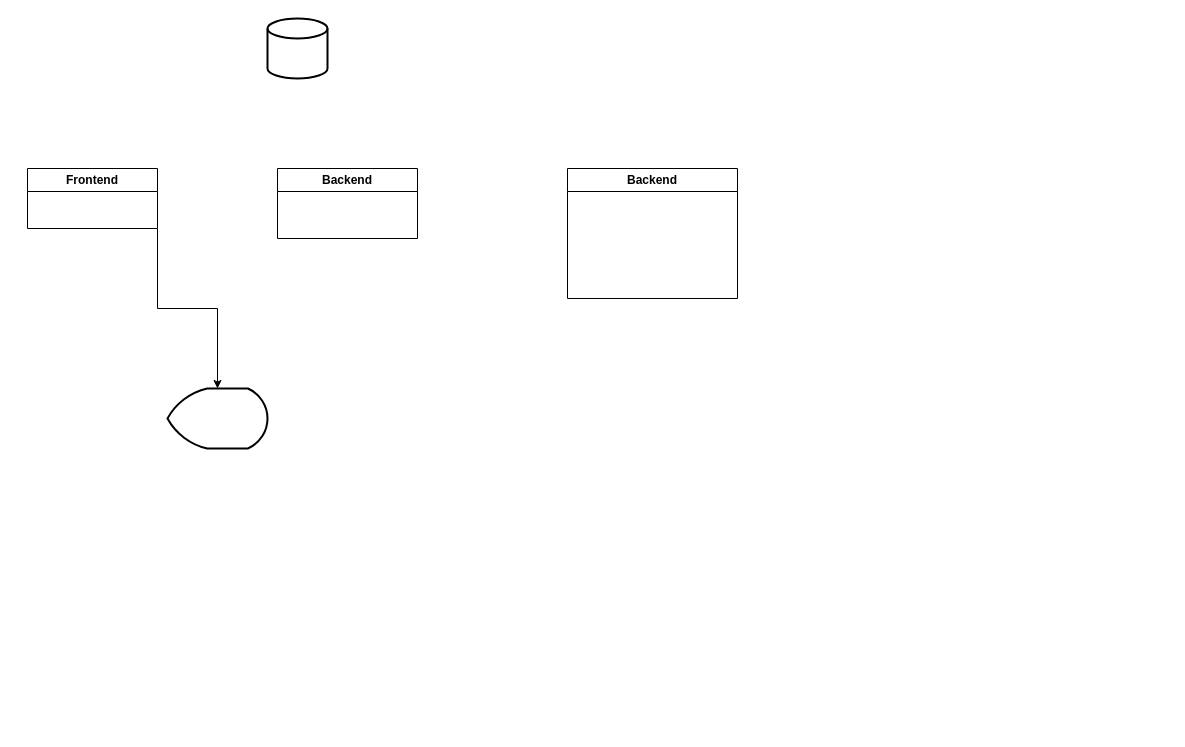
Above: UML_Architecture/Nimetön kaavio.drawio in arben-grepi/SunPanelScreen (draw.io), before the change. Source tidied: cells renumbered, new cells numbered last; positions are measured from the earlier drawing's top-left corner, leaving out a move shared by most shapes. Both pictures are drawn from the tidied source at 100%, with x=0, y=0 at pixel (27, 18).
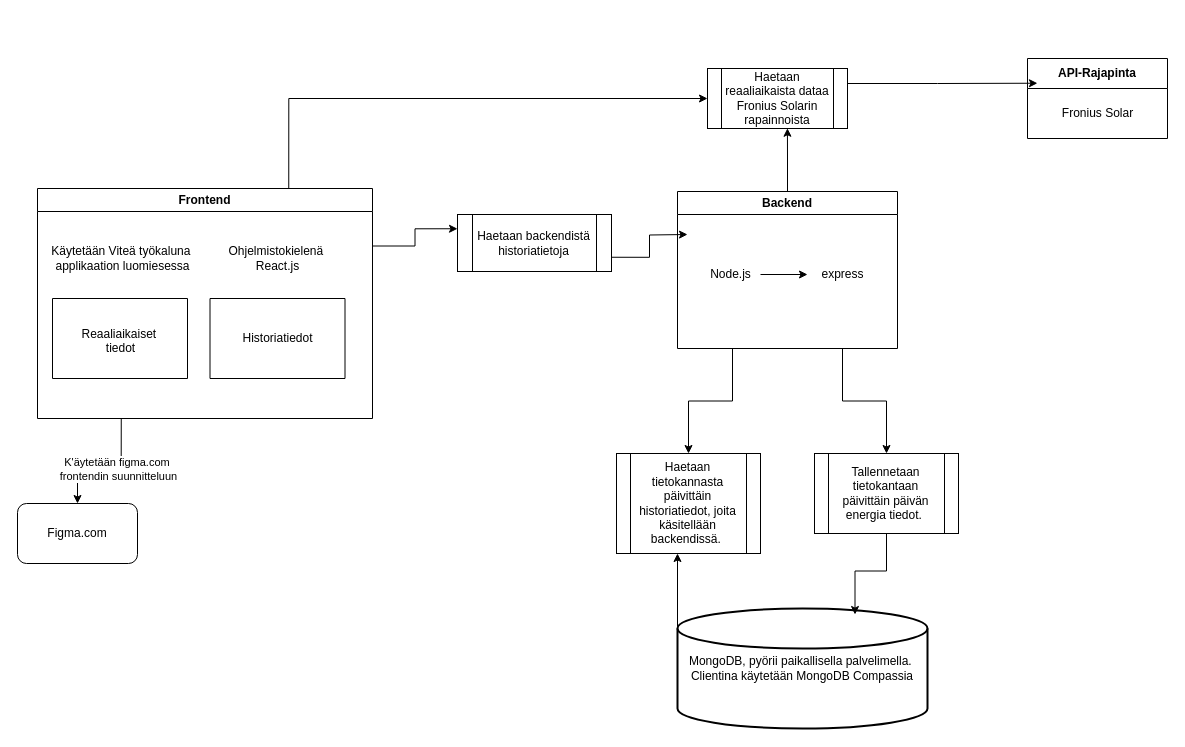
The same diagram, later.

The edit, as a diff of the source:
```diff
@@
+    <mxCell id="8" style="edgeStyle=orthogonalEdgeStyle;rounded=0;jettySize=auto;html=1;exitX=0.25;exitY=1;exitDx=0;exitDy=0;" parent="1" edge="1" source="2" target="25">
+      <mxGeometry relative="1" as="geometry" />
+    </mxCell>
+    <mxCell id="9" value="K'äytetään figma.com&amp;nbsp;&lt;div&gt;frontendin suunnitteluun&lt;/div&gt;" style="edgeLabel;html=1;align=center;verticalAlign=middle;" parent="8" vertex="1">
+      <mxGeometry x="-0.01" y="4" relative="1" as="geometry">
+        <mxPoint x="18" y="4" as="offset" />
+      </mxGeometry>
+    </mxCell>
+    <mxCell id="10" style="edgeStyle=orthogonalEdgeStyle;rounded=0;jettySize=auto;html=1;exitX=0.75;exitY=0;exitDx=0;exitDy=0;entryX=0;entryY=0.5;entryDx=0;entryDy=0;" parent="1" edge="1" source="2" target="24">
+      <mxGeometry relative="1" as="geometry" />
+    </mxCell>
+    <mxCell id="11" style="edgeStyle=orthogonalEdgeStyle;rounded=0;jettySize=auto;html=1;exitX=1;exitY=0.25;exitDx=0;exitDy=0;entryX=0;entryY=0.25;entryDx=0;entryDy=0;" parent="1" edge="1" source="2" target="28">
+      <mxGeometry relative="1" as="geometry" />
+    </mxCell>
     <mxCell id="2" value="Frontend" style="swimlane;whiteSpace=wrap;html=1;" parent="1" vertex="1">
-      <mxGeometry y="150" width="130" height="60" as="geometry" />
+      <mxGeometry x="10" y="170" width="335" height="230" as="geometry" />
     </mxCell>
+    <mxCell id="12" value="Käytetään Viteä työkaluna&amp;nbsp;&lt;div&gt;applikaation luomiesessa&lt;/div&gt;" style="text;html=1;align=center;verticalAlign=middle;strokeColor=none;fillColor=none;" parent="2" vertex="1">
+      <mxGeometry y="50" width="170" height="40" as="geometry" />
+    </mxCell>
+    <mxCell id="13" value="&lt;div&gt;Ohjelmistokielenä&amp;nbsp;&lt;/div&gt;&lt;div&gt;React.js&lt;/div&gt;" style="text;html=1;align=center;verticalAlign=middle;strokeColor=none;fillColor=none;" parent="2" vertex="1">
+      <mxGeometry x="180" y="50" width="120" height="40" as="geometry" />
+    </mxCell>
+    <mxCell id="14" style="swimlane;startSize=0;" parent="2" vertex="1">
+      <mxGeometry x="15" y="110" width="135" height="80" as="geometry" />
+    </mxCell>
+    <mxCell id="15" value="Reaaliaikaiset&amp;nbsp;&lt;div&gt;tiedot&lt;div&gt;&lt;br&gt;&lt;/div&gt;&lt;/div&gt;" style="text;html=1;align=center;verticalAlign=middle;strokeColor=none;fillColor=none;" parent="14" vertex="1">
+      <mxGeometry x="17.5" y="20" width="100" height="60" as="geometry" />
+    </mxCell>
+    <mxCell id="16" style="swimlane;startSize=0;" parent="2" vertex="1">
+      <mxGeometry x="172.5" y="110" width="135" height="80" as="geometry" />
+    </mxCell>
+    <mxCell id="17" value="Historiatiedot" style="text;html=1;align=center;verticalAlign=middle;strokeColor=none;fillColor=none;" parent="16" vertex="1">
+      <mxGeometry x="22.5" y="25" width="90" height="30" as="geometry" />
+    </mxCell>
-    <mxCell id="3" style="strokeWidth=2;html=1;shape=mxgraph.flowchart.database;whiteSpace=wrap;" parent="1" vertex="1">
-      <mxGeometry x="240" width="60" height="60" as="geometry" />
+    <mxCell id="3" value="MongoDB, pyörii paikallisella palvelimella.&amp;nbsp;&lt;div&gt;Clientina käytetään&amp;nbsp;&lt;span style=&quot;background-color: initial;&quot;&gt;MongoDB Compassia&lt;/span&gt;&lt;/div&gt;" style="strokeWidth=2;html=1;shape=mxgraph.flowchart.database;whiteSpace=wrap;" parent="1" vertex="1">
+      <mxGeometry x="650" y="590" width="250" height="120" as="geometry" />
     </mxCell>
+    <mxCell id="18" style="edgeStyle=orthogonalEdgeStyle;rounded=0;jettySize=auto;html=1;exitX=0.75;exitY=1;exitDx=0;exitDy=0;" parent="1" edge="1" source="4" target="26">
+      <mxGeometry relative="1" as="geometry" />
+    </mxCell>
+    <mxCell id="19" style="edgeStyle=orthogonalEdgeStyle;rounded=0;jettySize=auto;html=1;exitX=0.25;exitY=1;exitDx=0;exitDy=0;" parent="1" edge="1" source="4" target="34">
+      <mxGeometry relative="1" as="geometry" />
+    </mxCell>
     <mxCell id="4" value="Backend" style="swimlane;whiteSpace=wrap;html=1;" parent="1" vertex="1">
-      <mxGeometry x="250" y="150" width="140" height="70" as="geometry" />
+      <mxGeometry x="650" y="173" width="220" height="157" as="geometry" />
     </mxCell>
-    <mxCell id="5" style="strokeWidth=2;html=1;shape=mxgraph.flowchart.display;whiteSpace=wrap;" parent="1" vertex="1">
-      <mxGeometry x="140" y="370" width="100" height="60" as="geometry" />
-    </mxCell>
-    <mxCell id="6" style="edgeStyle=orthogonalEdgeStyle;rounded=0;jettySize=auto;html=1;exitX=1;exitY=1;exitDx=0;exitDy=0;" parent="1" edge="1" source="2" target="5">
-      <mxGeometry relative="1" as="geometry" />
-    </mxCell>
+    <mxCell id="20" value="express" style="text;html=1;align=center;verticalAlign=middle;points=[];strokeColor=none;fillColor=none;" parent="4" vertex="1">
+      <mxGeometry x="130" y="68" width="70" height="30" as="geometry" />
+    </mxCell>
+    <mxCell id="21" value="Node.js" style="text;html=1;align=center;verticalAlign=middle;points=[];strokeColor=none;fillColor=none;" parent="4" vertex="1">
+      <mxGeometry x="23" y="68" width="60" height="30" as="geometry" />
+    </mxCell>
+    <mxCell id="22" style="edgeStyle=orthogonalEdgeStyle;rounded=0;jettySize=auto;html=1;" parent="4" edge="1" source="21" target="20">
+      <mxGeometry relative="1" as="geometry" />
+    </mxCell>
-    <mxCell id="7" value="Backend" style="swimlane;whiteSpace=wrap;html=1;" parent="1" vertex="1">
-      <mxGeometry x="540" y="150" width="170" height="130" as="geometry" />
+    <mxCell id="7" value="API-Rajapinta" style="swimlane;whiteSpace=wrap;html=1;startSize=30;" parent="1" vertex="1">
+      <mxGeometry x="1000" y="40" width="140" height="80" as="geometry" />
     </mxCell>
+    <mxCell id="23" value="Fronius Solar" style="text;html=1;align=center;verticalAlign=middle;strokeColor=none;fillColor=none;" parent="7" vertex="1">
+      <mxGeometry x="25" y="40" width="90" height="30" as="geometry" />
+    </mxCell>
+    <mxCell id="24" value="Haetaan reaaliaikaista dataa Fronius Solarin rapainnoista" style="shape=process;whiteSpace=wrap;html=1;backgroundOutline=1;" parent="1" vertex="1">
+      <mxGeometry x="680" y="50" width="140" height="60" as="geometry" />
+    </mxCell>
+    <mxCell id="25" value="Figma.com" style="rounded=1;whiteSpace=wrap;html=1;" parent="1" vertex="1">
+      <mxGeometry x="-10" y="485" width="120" height="60" as="geometry" />
+    </mxCell>
+    <mxCell id="26" value="Tallennetaan tietokantaan päivittäin päivän energia tiedot.&amp;nbsp;" style="shape=process;whiteSpace=wrap;html=1;backgroundOutline=1;" parent="1" vertex="1">
+      <mxGeometry x="787" y="435" width="144" height="80" as="geometry" />
+    </mxCell>
+    <mxCell id="27" style="edgeStyle=orthogonalEdgeStyle;rounded=0;jettySize=auto;html=1;exitX=1;exitY=0.75;exitDx=0;exitDy=0;" parent="1" edge="1" source="28">
+      <mxGeometry relative="1" as="geometry">
+        <mxPoint x="660" y="216" as="targetPoint" />
+      </mxGeometry>
+    </mxCell>
+    <mxCell id="28" value="Haetaan backendistä historiatietoja" style="shape=process;whiteSpace=wrap;html=1;backgroundOutline=1;" parent="1" vertex="1">
+      <mxGeometry x="430" y="196" width="154" height="57" as="geometry" />
+    </mxCell>
+    <mxCell id="29" style="edgeStyle=orthogonalEdgeStyle;rounded=0;jettySize=auto;html=1;exitX=1;exitY=0.25;exitDx=0;exitDy=0;entryX=0.071;entryY=0.309;entryDx=0;entryDy=0;entryPerimeter=0;" parent="1" edge="1" source="24" target="7">
+      <mxGeometry relative="1" as="geometry" />
+    </mxCell>
+    <mxCell id="30" style="edgeStyle=orthogonalEdgeStyle;rounded=0;jettySize=auto;html=1;exitX=0.5;exitY=0;exitDx=0;exitDy=0;entryX=0.571;entryY=0.996;entryDx=0;entryDy=0;entryPerimeter=0;" parent="1" edge="1" source="4" target="24">
+      <mxGeometry relative="1" as="geometry" />
+    </mxCell>
+    <mxCell id="31" style="edgeStyle=orthogonalEdgeStyle;rounded=0;jettySize=auto;html=1;exitX=0.5;exitY=1;exitDx=0;exitDy=0;entryX=0.71;entryY=0.05;entryDx=0;entryDy=0;entryPerimeter=0;" parent="1" edge="1" source="26" target="3">
+      <mxGeometry relative="1" as="geometry" />
+    </mxCell>
+    <mxCell id="32" style="edgeStyle=orthogonalEdgeStyle;rounded=0;orthogonalLoop=1;jettySize=auto;html=1;exitX=0.5;exitY=1;exitDx=0;exitDy=0;" parent="1" edge="1" source="28" target="28">
+      <mxGeometry relative="1" as="geometry" />
+    </mxCell>
+    <mxCell id="33" style="edgeStyle=orthogonalEdgeStyle;rounded=0;jettySize=auto;html=1;exitX=0;exitY=0.15;exitDx=0;exitDy=0;exitPerimeter=0;" parent="1" edge="1" source="3" target="34">
+      <mxGeometry relative="1" as="geometry">
+        <Array as="points">
+          <mxPoint x="680" y="503" />
+          <mxPoint x="680" y="448" />
+          <mxPoint x="700" y="448" />
+        </Array>
+      </mxGeometry>
+    </mxCell>
+    <mxCell id="34" value="Haetaan tietokannasta päivittäin historiatiedot, joita käsitellään backendissä.&amp;nbsp;" style="shape=process;whiteSpace=wrap;html=1;backgroundOutline=1;" parent="1" vertex="1">
+      <mxGeometry x="589" y="435" width="144" height="100" as="geometry" />
+    </mxCell>
```
